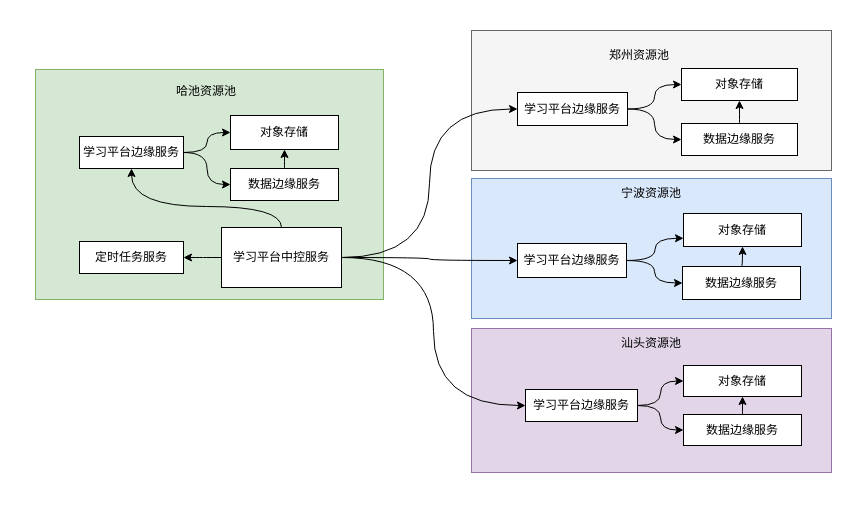
Above: 学习平台部署架构.drawio in adtxgc/diagrams (draw.io), before the change. Source tidied: cells renumbered, new cells numbered last; positions are measured from the earlier drawing's top-left corner, leaving out a move shared by most shapes. Both pictures are drawn from the tidied source at 100%, with x=0, y=0 at pixel (35, 30).
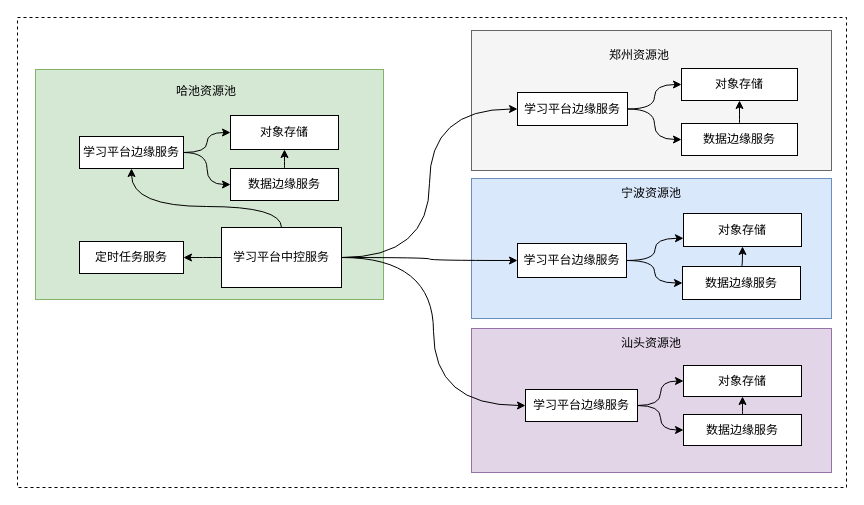
After the change.

Commit message (it also covers changes not shown here):
更新学习平台部署架构.drawio

Diff of the diagram source:
```diff
@@
+    <mxCell id="42" style="rounded=0;whiteSpace=wrap;html=1;dashed=1;" parent="1" vertex="1">
+      <mxGeometry x="-18" y="-13" width="829" height="470" as="geometry" />
+    </mxCell>
```
